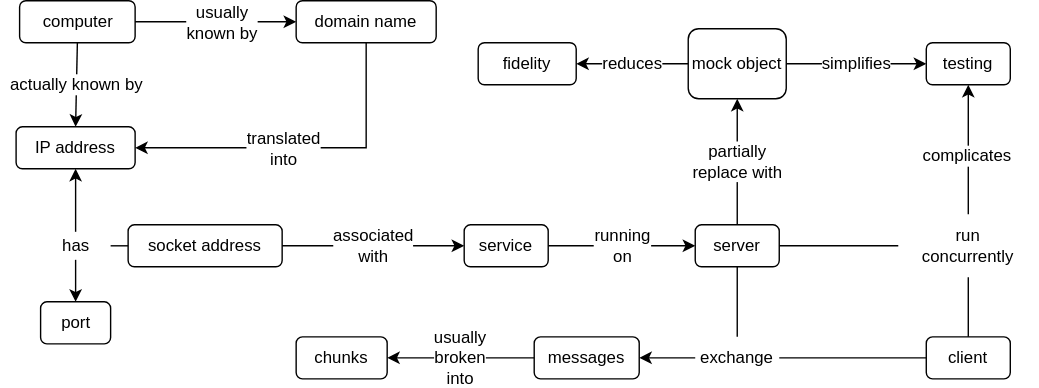
Above: sdxpy/ftp/concept_map.svg in gvwilson/thirdbit (draw.io), before the change. Source tidied: cells renumbered, new cells last; positions are measured from the earlier drawing's top-left corner, leaving out a move shared by most shapes.
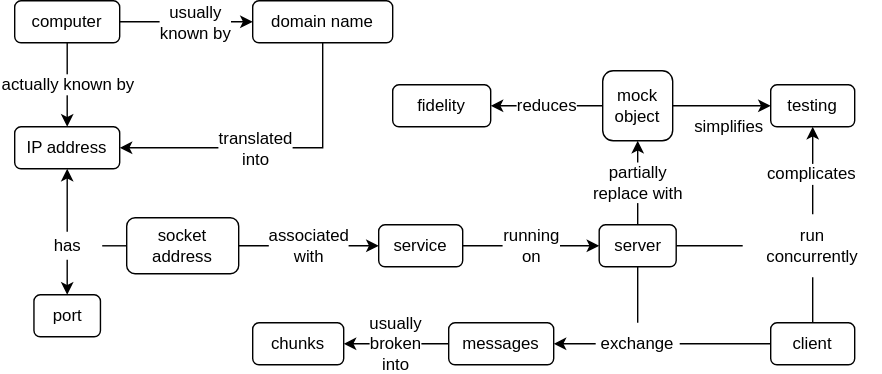
The same diagram one commit later.

Diff of the diagram source:
```diff
@@ -2,121 +2,121 @@
   <root>
     <mxCell id="0" />
     <mxCell id="1" parent="0" />
-    <mxCell id="2" value="domain name" style="text;html=1;strokeColor=default;fillColor=none;align=center;verticalAlign=middle;whiteSpace=wrap;rounded=1;hachureGap=4;fontFamily=Verdana;fontSize=12;" parent="1" vertex="1">
-      <mxGeometry x="200" width="100" height="30" as="geometry" />
+    <mxCell id="2" value="domain name" style="text;html=1;strokeColor=default;fillColor=none;align=center;verticalAlign=middle;whiteSpace=wrap;rounded=1;hachureGap=4;fontFamily=Helvetica;fontSize=12;" parent="1" vertex="1">
+      <mxGeometry x="170" width="100" height="30" as="geometry" />
     </mxCell>
-    <mxCell id="3" value="IP address" style="text;html=1;strokeColor=default;fillColor=none;align=center;verticalAlign=middle;whiteSpace=wrap;rounded=1;hachureGap=4;fontFamily=Verdana;fontSize=12;" parent="1" vertex="1">
-      <mxGeometry y="90" width="85" height="30" as="geometry" />
+    <mxCell id="3" value="IP address" style="text;html=1;strokeColor=default;fillColor=none;align=center;verticalAlign=middle;whiteSpace=wrap;rounded=1;hachureGap=4;fontFamily=Helvetica;fontSize=12;" parent="1" vertex="1">
+      <mxGeometry y="90" width="75" height="30" as="geometry" />
     </mxCell>
-    <mxCell id="4" value="port" style="text;html=1;strokeColor=default;fillColor=none;align=center;verticalAlign=middle;whiteSpace=wrap;rounded=1;hachureGap=4;fontFamily=Verdana;fontSize=12;" parent="1" vertex="1">
-      <mxGeometry x="17.5" y="215" width="50" height="30" as="geometry" />
+    <mxCell id="4" value="port" style="text;html=1;strokeColor=default;fillColor=none;align=center;verticalAlign=middle;whiteSpace=wrap;rounded=1;hachureGap=4;fontFamily=Helvetica;fontSize=12;" parent="1" vertex="1">
+      <mxGeometry x="13.8" y="210" width="47.5" height="30" as="geometry" />
     </mxCell>
-    <mxCell id="5" value="client" style="text;html=1;strokeColor=default;fillColor=none;align=center;verticalAlign=middle;whiteSpace=wrap;rounded=1;hachureGap=4;fontFamily=Verdana;fontSize=12;" parent="1" vertex="1">
-      <mxGeometry x="650" y="240" width="60" height="30" as="geometry" />
+    <mxCell id="5" value="client" style="text;html=1;strokeColor=default;fillColor=none;align=center;verticalAlign=middle;whiteSpace=wrap;rounded=1;hachureGap=4;fontFamily=Helvetica;fontSize=12;" parent="1" vertex="1">
+      <mxGeometry x="540" y="230" width="60" height="30" as="geometry" />
     </mxCell>
-    <mxCell id="6" value="server" style="text;html=1;strokeColor=default;fillColor=none;align=center;verticalAlign=middle;whiteSpace=wrap;rounded=1;hachureGap=4;fontFamily=Verdana;fontSize=12;" parent="1" vertex="1">
-      <mxGeometry x="485" y="160" width="60" height="30" as="geometry" />
+    <mxCell id="6" value="server" style="text;html=1;strokeColor=default;fillColor=none;align=center;verticalAlign=middle;whiteSpace=wrap;rounded=1;hachureGap=4;fontFamily=Helvetica;fontSize=12;" parent="1" vertex="1">
+      <mxGeometry x="417.5" y="160" width="55" height="30" as="geometry" />
     </mxCell>
-    <mxCell id="7" value="fidelity" style="text;html=1;strokeColor=default;fillColor=none;align=center;verticalAlign=middle;whiteSpace=wrap;rounded=1;hachureGap=4;fontFamily=Verdana;fontSize=12;" parent="1" vertex="1">
-      <mxGeometry x="330" y="30" width="70" height="30" as="geometry" />
+    <mxCell id="7" value="fidelity" style="text;html=1;strokeColor=default;fillColor=none;align=center;verticalAlign=middle;whiteSpace=wrap;rounded=1;hachureGap=4;fontFamily=Helvetica;fontSize=12;" parent="1" vertex="1">
+      <mxGeometry x="270" y="60" width="70" height="30" as="geometry" />
     </mxCell>
-    <mxCell id="8" value="testing" style="text;html=1;strokeColor=default;fillColor=none;align=center;verticalAlign=middle;whiteSpace=wrap;rounded=1;hachureGap=4;fontFamily=Verdana;fontSize=12;" parent="1" vertex="1">
-      <mxGeometry x="650" y="30" width="60" height="30" as="geometry" />
+    <mxCell id="8" value="testing" style="text;html=1;strokeColor=default;fillColor=none;align=center;verticalAlign=middle;whiteSpace=wrap;rounded=1;hachureGap=4;fontFamily=Helvetica;fontSize=12;" parent="1" vertex="1">
+      <mxGeometry x="540" y="60" width="60" height="30" as="geometry" />
     </mxCell>
-    <mxCell id="9" value="mock object" style="text;html=1;strokeColor=default;fillColor=none;align=center;verticalAlign=middle;whiteSpace=wrap;rounded=1;hachureGap=4;fontFamily=Verdana;fontSize=12;" parent="1" vertex="1">
-      <mxGeometry x="480" y="20" width="70" height="50" as="geometry" />
+    <mxCell id="9" value="mock&lt;br&gt;object" style="text;html=1;strokeColor=default;fillColor=none;align=center;verticalAlign=middle;whiteSpace=wrap;rounded=1;hachureGap=4;fontFamily=Helvetica;fontSize=12;" parent="1" vertex="1">
+      <mxGeometry x="420" y="50" width="50" height="50" as="geometry" />
     </mxCell>
-    <mxCell id="10" value="computer" style="text;html=1;strokeColor=default;fillColor=none;align=center;verticalAlign=middle;whiteSpace=wrap;rounded=1;hachureGap=4;fontFamily=Verdana;fontSize=12;" parent="1" vertex="1">
-      <mxGeometry x="2.5" width="82.5" height="30" as="geometry" />
+    <mxCell id="10" value="computer" style="text;html=1;strokeColor=default;fillColor=none;align=center;verticalAlign=middle;whiteSpace=wrap;rounded=1;hachureGap=4;fontFamily=Helvetica;fontSize=12;" parent="1" vertex="1">
+      <mxGeometry width="75" height="30" as="geometry" />
     </mxCell>
-    <mxCell id="11" value="service" style="text;html=1;strokeColor=default;fillColor=none;align=center;verticalAlign=middle;whiteSpace=wrap;rounded=1;hachureGap=4;fontFamily=Verdana;fontSize=12;" parent="1" vertex="1">
-      <mxGeometry x="320" y="160" width="60" height="30" as="geometry" />
+    <mxCell id="11" value="service" style="text;html=1;strokeColor=default;fillColor=none;align=center;verticalAlign=middle;whiteSpace=wrap;rounded=1;hachureGap=4;fontFamily=Helvetica;fontSize=12;" parent="1" vertex="1">
+      <mxGeometry x="260" y="160" width="60" height="30" as="geometry" />
     </mxCell>
-    <mxCell id="12" value="run&lt;br style=&quot;font-size: 12px;&quot;&gt;concurrently" style="text;html=1;strokeColor=none;fillColor=none;align=center;verticalAlign=middle;whiteSpace=wrap;rounded=0;sketch=1;hachureGap=4;fontFamily=Verdana;fontSize=12;" parent="1" vertex="1">
-      <mxGeometry x="630" y="152.5" width="100" height="45" as="geometry" />
+    <mxCell id="12" value="run&lt;br style=&quot;font-size: 12px;&quot;&gt;concurrently" style="text;html=1;strokeColor=none;fillColor=none;align=center;verticalAlign=middle;whiteSpace=wrap;rounded=0;sketch=1;hachureGap=4;fontFamily=Helvetica;fontSize=12;" parent="1" vertex="1">
+      <mxGeometry x="520" y="152.5" width="100" height="45" as="geometry" />
     </mxCell>
-    <mxCell id="13" style="endArrow=none;html=1;rounded=1;hachureGap=4;fontFamily=Verdana;fontSize=12;startSize=14;endSize=14;sourcePerimeterSpacing=8;targetPerimeterSpacing=8;exitX=0.5;exitY=0;exitDx=0;exitDy=0;entryX=0.5;entryY=1;entryDx=0;entryDy=0;" parent="1" edge="1" source="5" target="12">
+    <mxCell id="13" style="endArrow=none;html=1;rounded=1;hachureGap=4;fontFamily=Helvetica;fontSize=12;startSize=14;endSize=14;sourcePerimeterSpacing=8;targetPerimeterSpacing=8;exitX=0.5;exitY=0;exitDx=0;exitDy=0;entryX=0.5;entryY=1;entryDx=0;entryDy=0;" parent="1" edge="1" source="5" target="12">
       <mxGeometry relative="1" as="geometry" />
     </mxCell>
-    <mxCell id="14" style="endArrow=none;html=1;rounded=1;hachureGap=4;fontFamily=Verdana;fontSize=12;startSize=14;endSize=14;sourcePerimeterSpacing=8;targetPerimeterSpacing=8;exitX=1;exitY=0.5;exitDx=0;exitDy=0;entryX=0;entryY=0.5;entryDx=0;entryDy=0;" parent="1" edge="1" source="6" target="12">
+    <mxCell id="14" style="endArrow=none;html=1;rounded=1;hachureGap=4;fontFamily=Helvetica;fontSize=12;startSize=14;endSize=14;sourcePerimeterSpacing=8;targetPerimeterSpacing=8;exitX=1;exitY=0.5;exitDx=0;exitDy=0;entryX=0;entryY=0.5;entryDx=0;entryDy=0;" parent="1" edge="1" source="6" target="12">
       <mxGeometry relative="1" as="geometry" />
     </mxCell>
-    <mxCell id="15" style="endArrow=classic;html=1;rounded=0;sketch=0;fontFamily=Verdana;fontSize=12;entryX=0.5;entryY=1;entryDx=0;entryDy=0;exitX=0.5;exitY=0;exitDx=0;exitDy=0;" parent="1" edge="1" source="12" target="8">
+    <mxCell id="15" style="endArrow=classic;html=1;rounded=0;sketch=0;fontFamily=Helvetica;fontSize=12;entryX=0.5;entryY=1;entryDx=0;entryDy=0;exitX=0.5;exitY=0;exitDx=0;exitDy=0;" parent="1" edge="1" source="12" target="8">
       <mxGeometry relative="1" as="geometry" />
     </mxCell>
-    <mxCell id="16" value="&lt;font style=&quot;font-size: 12px;&quot;&gt;complicates&lt;/font&gt;" style="edgeLabel;html=1;align=center;verticalAlign=middle;fontFamily=Verdana;fontSize=12;" parent="15" vertex="1">
+    <mxCell id="16" value="&lt;font style=&quot;font-size: 12px;&quot;&gt;complicates&lt;/font&gt;" style="edgeLabel;html=1;align=center;verticalAlign=middle;fontFamily=Helvetica;fontSize=12;" parent="15" vertex="1">
       <mxGeometry x="-0.08" y="2" relative="1" as="geometry" />
     </mxCell>
-    <mxCell id="17" value="simplifies" style="endArrow=classic;html=1;rounded=0;sketch=0;fontFamily=Verdana;fontSize=12;exitX=1;exitY=0.5;exitDx=0;exitDy=0;entryX=0;entryY=0.5;entryDx=0;entryDy=0;" parent="1" edge="1" source="9" target="8">
-      <mxGeometry relative="1" as="geometry" />
+    <mxCell id="17" value="simplifies" style="endArrow=classic;html=1;rounded=0;sketch=0;fontFamily=Helvetica;fontSize=12;exitX=1;exitY=0.5;exitDx=0;exitDy=0;entryX=0;entryY=0.5;entryDx=0;entryDy=0;" parent="1" edge="1" source="9" target="8">
+      <mxGeometry x="0.14" y="-15" relative="1" as="geometry" />
     </mxCell>
-    <mxCell id="18" value="associated&lt;br style=&quot;font-size: 12px;&quot;&gt;with" style="endArrow=classic;html=1;rounded=0;sketch=0;fontFamily=Verdana;fontSize=12;entryX=0;entryY=0.5;entryDx=0;entryDy=0;exitX=1;exitY=0.5;exitDx=0;exitDy=0;" parent="1" edge="1" source="24" target="11">
+    <mxCell id="18" value="associated&lt;br style=&quot;font-size: 12px;&quot;&gt;with" style="endArrow=classic;html=1;rounded=0;sketch=0;fontFamily=Helvetica;fontSize=12;entryX=0;entryY=0.5;entryDx=0;entryDy=0;exitX=1;exitY=0.5;exitDx=0;exitDy=0;" parent="1" edge="1" source="24" target="11">
       <mxGeometry relative="1" as="geometry" />
     </mxCell>
-    <mxCell id="19" value="actually known by" style="endArrow=classic;html=1;rounded=0;sketch=0;fontFamily=Verdana;fontSize=12;exitX=0.5;exitY=1;exitDx=0;exitDy=0;entryX=0.5;entryY=0;entryDx=0;entryDy=0;" parent="1" edge="1" source="10" target="3">
+    <mxCell id="19" value="actually known by" style="endArrow=classic;html=1;rounded=0;sketch=0;fontFamily=Helvetica;fontSize=12;exitX=0.5;exitY=1;exitDx=0;exitDy=0;entryX=0.5;entryY=0;entryDx=0;entryDy=0;" parent="1" edge="1" source="10" target="3">
       <mxGeometry relative="1" as="geometry" />
     </mxCell>
-    <mxCell id="20" style="endArrow=classic;html=1;rounded=0;sketch=0;fontFamily=Verdana;fontSize=12;entryX=1;entryY=0.5;entryDx=0;entryDy=0;exitX=0.5;exitY=1;exitDx=0;exitDy=0;" parent="1" edge="1" source="2" target="3">
+    <mxCell id="20" style="endArrow=classic;html=1;rounded=0;sketch=0;fontFamily=Helvetica;fontSize=12;entryX=1;entryY=0.5;entryDx=0;entryDy=0;exitX=0.5;exitY=1;exitDx=0;exitDy=0;" parent="1" edge="1" source="2" target="3">
       <mxGeometry relative="1" as="geometry">
         <Array as="points">
-          <mxPoint x="250" y="105" />
+          <mxPoint x="220" y="105" />
         </Array>
       </mxGeometry>
     </mxCell>
-    <mxCell id="21" value="translated&lt;br style=&quot;font-size: 12px;&quot;&gt;into" style="edgeLabel;html=1;align=center;verticalAlign=middle;fontSize=12;fontFamily=Verdana;" parent="20" vertex="1">
+    <mxCell id="21" value="translated&lt;br style=&quot;font-size: 12px;&quot;&gt;into" style="edgeLabel;html=1;align=center;verticalAlign=middle;fontSize=12;fontFamily=Helvetica;" parent="20" vertex="1">
       <mxGeometry x="0.13" relative="1" as="geometry" />
     </mxCell>
-    <mxCell id="22" style="endArrow=classic;html=1;rounded=0;sketch=0;fontFamily=Verdana;fontSize=12;entryX=0;entryY=0.5;entryDx=0;entryDy=0;exitX=1;exitY=0.5;exitDx=0;exitDy=0;" parent="1" edge="1" source="10" target="2">
+    <mxCell id="22" style="endArrow=classic;html=1;rounded=0;sketch=0;fontFamily=Helvetica;fontSize=12;entryX=0;entryY=0.5;entryDx=0;entryDy=0;exitX=1;exitY=0.5;exitDx=0;exitDy=0;" parent="1" edge="1" source="10" target="2">
       <mxGeometry relative="1" as="geometry" />
     </mxCell>
-    <mxCell id="23" value="usually&lt;br style=&quot;font-size: 12px;&quot;&gt;known by" style="edgeLabel;html=1;align=center;verticalAlign=middle;fontSize=12;fontFamily=Verdana;" parent="22" vertex="1">
+    <mxCell id="23" value="usually&lt;br style=&quot;font-size: 12px;&quot;&gt;known by" style="edgeLabel;html=1;align=center;verticalAlign=middle;fontSize=12;fontFamily=Helvetica;" parent="22" vertex="1">
       <mxGeometry x="-0.23" y="2" relative="1" as="geometry">
         <mxPoint x="17" y="2" as="offset" />
       </mxGeometry>
     </mxCell>
-    <mxCell id="24" value="socket address" style="text;html=1;strokeColor=default;fillColor=none;align=center;verticalAlign=middle;whiteSpace=wrap;rounded=1;hachureGap=4;fontFamily=Verdana;fontSize=12;" parent="1" vertex="1">
-      <mxGeometry x="80" y="160" width="110" height="30" as="geometry" />
+    <mxCell id="24" value="socket&lt;br&gt;address" style="text;html=1;strokeColor=default;fillColor=none;align=center;verticalAlign=middle;whiteSpace=wrap;rounded=1;hachureGap=4;fontFamily=Helvetica;fontSize=12;" parent="1" vertex="1">
+      <mxGeometry x="80" y="155" width="80" height="40" as="geometry" />
     </mxCell>
-    <mxCell id="25" value="running&lt;br style=&quot;font-size: 12px;&quot;&gt;on" style="endArrow=classic;html=1;rounded=0;sketch=0;fontFamily=Verdana;fontSize=12;entryX=0;entryY=0.5;entryDx=0;entryDy=0;exitX=1;exitY=0.5;exitDx=0;exitDy=0;" parent="1" edge="1" source="11" target="6">
+    <mxCell id="25" value="running&lt;br style=&quot;font-size: 12px;&quot;&gt;on" style="endArrow=classic;html=1;rounded=0;sketch=0;fontFamily=Helvetica;fontSize=12;entryX=0;entryY=0.5;entryDx=0;entryDy=0;exitX=1;exitY=0.5;exitDx=0;exitDy=0;" parent="1" edge="1" source="11" target="6">
       <mxGeometry relative="1" as="geometry" />
     </mxCell>
-    <mxCell id="26" value="partially&lt;br style=&quot;font-size: 12px;&quot;&gt;replace with" style="endArrow=classic;html=1;rounded=0;sketch=0;fontFamily=Verdana;fontSize=12;entryX=0.5;entryY=1;entryDx=0;entryDy=0;exitX=0.5;exitY=0;exitDx=0;exitDy=0;" parent="1" edge="1" source="6" target="9">
+    <mxCell id="26" value="partially&lt;br style=&quot;font-size: 12px;&quot;&gt;replace with" style="endArrow=classic;html=1;rounded=0;sketch=0;fontFamily=Helvetica;fontSize=12;entryX=0.5;entryY=1;entryDx=0;entryDy=0;exitX=0.5;exitY=0;exitDx=0;exitDy=0;" parent="1" edge="1" source="6" target="9">
       <mxGeometry relative="1" as="geometry" />
     </mxCell>
-    <mxCell id="27" value="reduces" style="endArrow=classic;html=1;rounded=0;sketch=0;fontFamily=Verdana;fontSize=12;entryX=1;entryY=0.5;entryDx=0;entryDy=0;" parent="1" edge="1" source="9" target="7">
+    <mxCell id="27" value="reduces" style="endArrow=classic;html=1;rounded=0;sketch=0;fontFamily=Helvetica;fontSize=12;entryX=1;entryY=0.5;entryDx=0;entryDy=0;" parent="1" edge="1" source="9" target="7">
       <mxGeometry relative="1" as="geometry" />
     </mxCell>
-    <mxCell id="28" value="has" style="text;html=1;strokeColor=none;fillColor=none;align=center;verticalAlign=middle;whiteSpace=wrap;rounded=0;hachureGap=4;fontFamily=Verdana;fontSize=12;" parent="1" vertex="1">
-      <mxGeometry x="17.5" y="165" width="50" height="20" as="geometry" />
+    <mxCell id="28" value="has" style="text;html=1;strokeColor=none;fillColor=none;align=center;verticalAlign=middle;whiteSpace=wrap;rounded=0;hachureGap=4;fontFamily=Helvetica;fontSize=12;" parent="1" vertex="1">
+      <mxGeometry x="12.5" y="165" width="50" height="20" as="geometry" />
     </mxCell>
-    <mxCell id="29" style="endArrow=classic;html=1;rounded=0;entryX=0.5;entryY=1;entryDx=0;entryDy=0;exitX=0.5;exitY=0;exitDx=0;exitDy=0;fontFamily=Verdana;fontSize=12;" parent="1" edge="1" source="28" target="3">
+    <mxCell id="29" style="endArrow=classic;html=1;rounded=0;entryX=0.5;entryY=1;entryDx=0;entryDy=0;exitX=0.5;exitY=0;exitDx=0;exitDy=0;fontFamily=Helvetica;fontSize=12;" parent="1" edge="1" source="28" target="3">
       <mxGeometry relative="1" as="geometry" />
     </mxCell>
-    <mxCell id="30" style="endArrow=classic;html=1;rounded=0;entryX=0.5;entryY=0;entryDx=0;entryDy=0;exitX=0.5;exitY=1;exitDx=0;exitDy=0;fontFamily=Verdana;fontSize=12;" parent="1" edge="1" source="28" target="4">
+    <mxCell id="30" style="endArrow=classic;html=1;rounded=0;entryX=0.5;entryY=0;entryDx=0;entryDy=0;exitX=0.5;exitY=1;exitDx=0;exitDy=0;fontFamily=Helvetica;fontSize=12;" parent="1" edge="1" source="28" target="4">
       <mxGeometry relative="1" as="geometry" />
     </mxCell>
-    <mxCell id="31" style="endArrow=none;html=1;rounded=0;exitX=1;exitY=0.5;exitDx=0;exitDy=0;entryX=0;entryY=0.5;entryDx=0;entryDy=0;fontFamily=Verdana;fontSize=12;" parent="1" edge="1" source="28" target="24">
+    <mxCell id="31" style="endArrow=none;html=1;rounded=0;exitX=1;exitY=0.5;exitDx=0;exitDy=0;fontFamily=Helvetica;fontSize=12;entryX=0;entryY=0.5;entryDx=0;entryDy=0;" parent="1" edge="1" source="28" target="24">
       <mxGeometry relative="1" as="geometry" />
     </mxCell>
-    <mxCell id="32" value="messages" style="text;html=1;strokeColor=default;fillColor=none;align=center;verticalAlign=middle;whiteSpace=wrap;rounded=1;hachureGap=4;fontFamily=Verdana;fontSize=12;" parent="1" vertex="1">
-      <mxGeometry x="370" y="240" width="75" height="30" as="geometry" />
+    <mxCell id="32" value="messages" style="text;html=1;strokeColor=default;fillColor=none;align=center;verticalAlign=middle;whiteSpace=wrap;rounded=1;hachureGap=4;fontFamily=Helvetica;fontSize=12;" parent="1" vertex="1">
+      <mxGeometry x="310" y="230" width="75" height="30" as="geometry" />
     </mxCell>
-    <mxCell id="33" value="&lt;font style=&quot;font-size: 12px;&quot;&gt;exchange&lt;/font&gt;" style="text;html=1;strokeColor=none;fillColor=none;align=center;verticalAlign=middle;whiteSpace=wrap;rounded=0;fontFamily=Verdana;fontSize=12;" parent="1" vertex="1">
-      <mxGeometry x="485" y="240" width="60" height="30" as="geometry" />
+    <mxCell id="33" value="&lt;font style=&quot;font-size: 12px;&quot;&gt;exchange&lt;/font&gt;" style="text;html=1;strokeColor=none;fillColor=none;align=center;verticalAlign=middle;whiteSpace=wrap;rounded=0;fontFamily=Helvetica;fontSize=12;" parent="1" vertex="1">
+      <mxGeometry x="415" y="230" width="60" height="30" as="geometry" />
     </mxCell>
-    <mxCell id="34" value="chunks" style="text;html=1;strokeColor=default;fillColor=none;align=center;verticalAlign=middle;whiteSpace=wrap;rounded=1;hachureGap=4;fontFamily=Verdana;fontSize=12;" parent="1" vertex="1">
-      <mxGeometry x="200" y="240" width="65" height="30" as="geometry" />
+    <mxCell id="34" value="chunks" style="text;html=1;strokeColor=default;fillColor=none;align=center;verticalAlign=middle;whiteSpace=wrap;rounded=1;hachureGap=4;fontFamily=Helvetica;fontSize=12;" parent="1" vertex="1">
+      <mxGeometry x="170" y="230" width="65" height="30" as="geometry" />
     </mxCell>
-    <mxCell id="35" style="endArrow=none;html=1;rounded=0;fontFamily=Verdana;entryX=0.5;entryY=1;entryDx=0;entryDy=0;exitX=0.5;exitY=0;exitDx=0;exitDy=0;fontSize=12;" parent="1" edge="1" source="33" target="6">
+    <mxCell id="35" style="endArrow=none;html=1;rounded=0;fontFamily=Helvetica;entryX=0.5;entryY=1;entryDx=0;entryDy=0;exitX=0.5;exitY=0;exitDx=0;exitDy=0;fontSize=12;" parent="1" edge="1" source="33" target="6">
       <mxGeometry relative="1" as="geometry" />
     </mxCell>
-    <mxCell id="36" style="endArrow=none;html=1;rounded=0;fontFamily=Verdana;entryX=0;entryY=0.5;entryDx=0;entryDy=0;exitX=1;exitY=0.5;exitDx=0;exitDy=0;fontSize=12;" parent="1" edge="1" source="33" target="5">
+    <mxCell id="36" style="endArrow=none;html=1;rounded=0;fontFamily=Helvetica;entryX=0;entryY=0.5;entryDx=0;entryDy=0;exitX=1;exitY=0.5;exitDx=0;exitDy=0;fontSize=12;" parent="1" edge="1" source="33" target="5">
       <mxGeometry relative="1" as="geometry" />
     </mxCell>
-    <mxCell id="37" style="endArrow=classic;html=1;rounded=0;fontFamily=Verdana;exitX=0;exitY=0.5;exitDx=0;exitDy=0;entryX=1;entryY=0.5;entryDx=0;entryDy=0;fontSize=12;" parent="1" edge="1" source="33" target="32">
+    <mxCell id="37" style="endArrow=classic;html=1;rounded=0;fontFamily=Helvetica;exitX=0;exitY=0.5;exitDx=0;exitDy=0;entryX=1;entryY=0.5;entryDx=0;entryDy=0;fontSize=12;" parent="1" edge="1" source="33" target="32">
       <mxGeometry relative="1" as="geometry" />
     </mxCell>
-    <mxCell id="38" value="&lt;font style=&quot;font-size: 12px;&quot;&gt;usually&lt;br style=&quot;font-size: 12px;&quot;&gt;broken&lt;br style=&quot;font-size: 12px;&quot;&gt;into&lt;/font&gt;" style="endArrow=classic;html=1;rounded=0;fontFamily=Verdana;entryX=1;entryY=0.5;entryDx=0;entryDy=0;exitX=0;exitY=0.5;exitDx=0;exitDy=0;fontSize=12;" parent="1" edge="1" source="32" target="34">
+    <mxCell id="38" value="&lt;font style=&quot;font-size: 12px;&quot;&gt;usually&lt;br style=&quot;font-size: 12px;&quot;&gt;broken&lt;br style=&quot;font-size: 12px;&quot;&gt;into&lt;/font&gt;" style="endArrow=classic;html=1;rounded=0;fontFamily=Helvetica;entryX=1;entryY=0.5;entryDx=0;entryDy=0;exitX=0;exitY=0.5;exitDx=0;exitDy=0;fontSize=12;" parent="1" edge="1" source="32" target="34">
       <mxGeometry relative="1" as="geometry" />
     </mxCell>
   </root>
```
